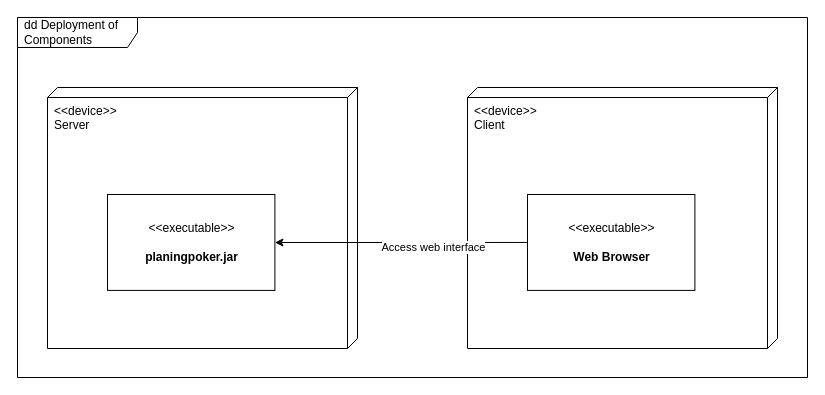
RillingDev/planning-poker keeps this draw.io diagram as docs/deployment.drawio. Above is the earlier version. Source tidied: cells renumbered, new cells numbered last; positions are measured from the earlier drawing's top-left corner, leaving out a move shared by most shapes. Both pictures are drawn from the tidied source at 100%, with x=0, y=0 at pixel (17, 17).
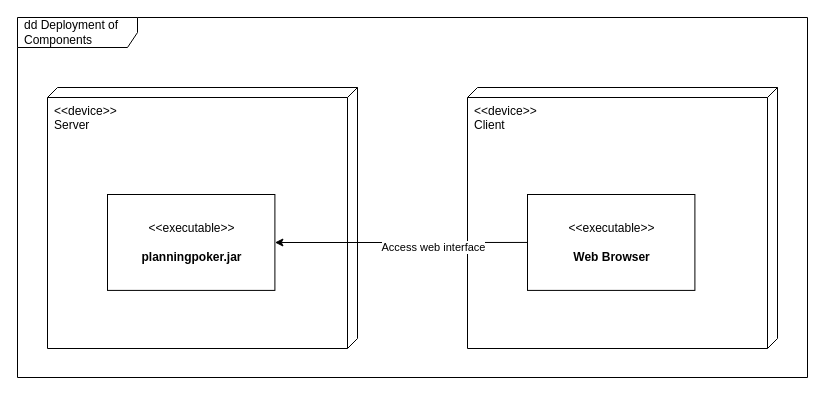
The same diagram, later.

What changed in the source:
```diff
@@
 <mxGraphModel>
   <root>
     <mxCell id="0" />
     <mxCell id="1" parent="0" />
     <mxCell id="2" value="dd Deployment of Components" style="shape=umlFrame;whiteSpace=wrap;html=1;width=120;height=30;boundedLbl=1;verticalAlign=middle;align=left;spacingLeft=5;" parent="1" vertex="1">
       <mxGeometry width="790" height="360" as="geometry" />
     </mxCell>
     <mxCell id="3" value="&amp;lt;&amp;lt;device&amp;gt;&amp;gt;&lt;br&gt;Server" style="verticalAlign=top;align=left;shape=cube;size=10;direction=south;fontStyle=0;html=1;boundedLbl=1;spacingLeft=5;" parent="1" vertex="1">
       <mxGeometry x="30" y="70" width="310" height="261" as="geometry" />
     </mxCell>
-    <mxCell id="4" value="&amp;lt;&amp;lt;executable&amp;gt;&amp;gt;&lt;br&gt;&lt;br&gt;&lt;b&gt;planingpoker.jar&lt;/b&gt;" style="text;html=1;align=center;verticalAlign=middle;dashed=0;fillColor=#ffffff;strokeColor=#000000;" parent="3" vertex="1">
+    <mxCell id="4" value="&amp;lt;&amp;lt;executable&amp;gt;&amp;gt;&lt;br&gt;&lt;br&gt;&lt;b&gt;planningpoker.jar&lt;/b&gt;" style="text;html=1;align=center;verticalAlign=middle;dashed=0;fillColor=#ffffff;strokeColor=#000000;" parent="3" vertex="1">
       <mxGeometry x="60" y="107" width="167.4" height="95.9" as="geometry" />
     </mxCell>
     <mxCell id="5" value="&amp;lt;&amp;lt;device&amp;gt;&amp;gt;&lt;br&gt;Client" style="verticalAlign=top;align=left;shape=cube;size=10;direction=south;fontStyle=0;html=1;boundedLbl=1;spacingLeft=5;" parent="1" vertex="1">
       <mxGeometry x="450" y="70" width="310" height="261" as="geometry" />
     </mxCell>
     <mxCell id="6" value="&amp;lt;&amp;lt;executable&amp;gt;&amp;gt;&lt;br&gt;&lt;br&gt;&lt;b&gt;Web Browser&lt;/b&gt;" style="text;html=1;align=center;verticalAlign=middle;dashed=0;fillColor=#ffffff;strokeColor=#000000;" parent="5" vertex="1">
       <mxGeometry x="60" y="107" width="167.4" height="95.9" as="geometry" />
     </mxCell>
     <mxCell id="7" style="edgeStyle=orthogonalEdgeStyle;rounded=0;jettySize=auto;html=1;exitX=0;exitY=0.5;exitDx=0;exitDy=0;" parent="1" edge="1" source="6" target="4">
       <mxGeometry relative="1" as="geometry" />
     </mxCell>
     <mxCell id="8" value="Access web interface" style="edgeLabel;html=1;align=center;verticalAlign=middle;" parent="7" vertex="1">
       <mxGeometry x="-0.25" y="5" relative="1" as="geometry" />
     </mxCell>
   </root>
 </mxGraphModel>
```
